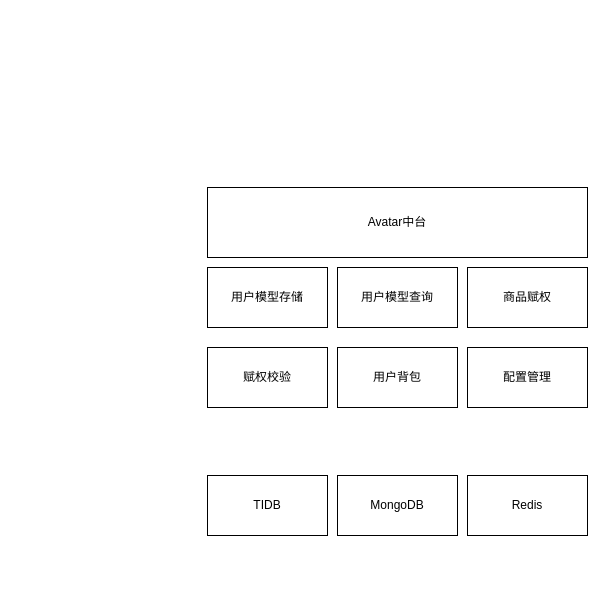
Above: Untitled Diagram.drawio in ysfseu/chart (draw.io), before the change. Source tidied: cells renumbered, new cells numbered last; positions are measured from the earlier drawing's top-left corner, leaving out a move shared by most shapes. Both pictures are drawn from the tidied source at 100%, with x=0, y=0 at pixel (207, 187).
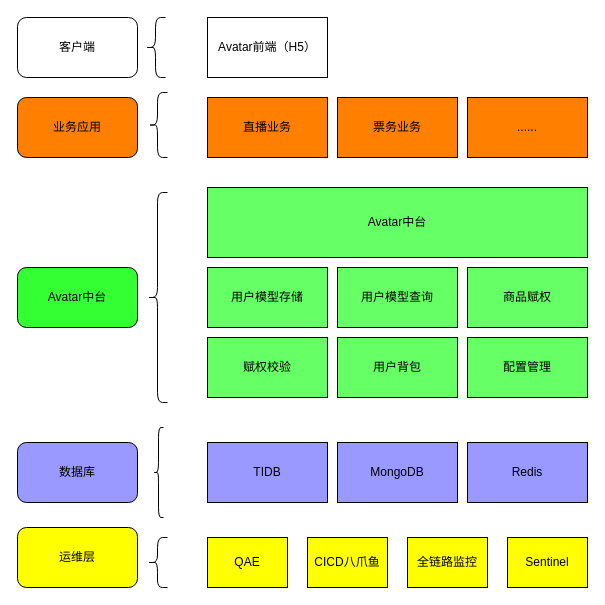
The same diagram, later.

Change to the diagram source:
```diff
@@
-    <mxCell id="2" value="Avatar中台" style="rounded=0;whiteSpace=wrap;html=1;" parent="1" vertex="1">
+    <mxCell id="2" value="Avatar中台" style="rounded=0;whiteSpace=wrap;html=1;fillColor=#66FF66;" parent="1" vertex="1">
       <mxGeometry width="380" height="70" as="geometry" />
     </mxCell>
-    <mxCell id="3" value="用户模型存储" style="rounded=0;whiteSpace=wrap;html=1;" parent="1" vertex="1">
+    <mxCell id="3" value="用户模型存储" style="rounded=0;whiteSpace=wrap;html=1;fillColor=#66FF66;" parent="1" vertex="1">
       <mxGeometry y="80" width="120" height="60" as="geometry" />
     </mxCell>
-    <mxCell id="4" value="用户模型查询" style="rounded=0;whiteSpace=wrap;html=1;" parent="1" vertex="1">
+    <mxCell id="4" value="用户模型查询" style="rounded=0;whiteSpace=wrap;html=1;fillColor=#66FF66;" parent="1" vertex="1">
       <mxGeometry x="130" y="80" width="120" height="60" as="geometry" />
     </mxCell>
-    <mxCell id="5" value="商品赋权" style="rounded=0;whiteSpace=wrap;html=1;" parent="1" vertex="1">
+    <mxCell id="5" value="商品赋权" style="rounded=0;whiteSpace=wrap;html=1;fillColor=#66FF66;" parent="1" vertex="1">
       <mxGeometry x="260" y="80" width="120" height="60" as="geometry" />
     </mxCell>
-    <mxCell id="6" value="配置管理" style="rounded=0;whiteSpace=wrap;html=1;" parent="1" vertex="1">
-      <mxGeometry x="260" y="160" width="120" height="60" as="geometry" />
+    <mxCell id="6" value="配置管理" style="rounded=0;whiteSpace=wrap;html=1;fillColor=#66FF66;" parent="1" vertex="1">
+      <mxGeometry x="260" y="150" width="120" height="60" as="geometry" />
     </mxCell>
-    <mxCell id="7" value="用户背包" style="rounded=0;whiteSpace=wrap;html=1;" parent="1" vertex="1">
-      <mxGeometry x="130" y="160" width="120" height="60" as="geometry" />
+    <mxCell id="7" value="用户背包" style="rounded=0;whiteSpace=wrap;html=1;fillColor=#66FF66;" parent="1" vertex="1">
+      <mxGeometry x="130" y="150" width="120" height="60" as="geometry" />
     </mxCell>
-    <mxCell id="8" value="赋权校验" style="rounded=0;whiteSpace=wrap;html=1;" parent="1" vertex="1">
-      <mxGeometry y="160" width="120" height="60" as="geometry" />
+    <mxCell id="8" value="赋权校验" style="rounded=0;whiteSpace=wrap;html=1;fillColor=#66FF66;" parent="1" vertex="1">
+      <mxGeometry y="150" width="120" height="60" as="geometry" />
     </mxCell>
-    <mxCell id="9" value="TIDB" style="rounded=0;whiteSpace=wrap;html=1;" parent="1" vertex="1">
-      <mxGeometry y="288" width="120" height="60" as="geometry" />
+    <mxCell id="9" value="TIDB" style="rounded=0;whiteSpace=wrap;html=1;fillColor=#9999FF;" parent="1" vertex="1">
+      <mxGeometry y="255" width="120" height="60" as="geometry" />
     </mxCell>
-    <mxCell id="10" value="MongoDB" style="rounded=0;whiteSpace=wrap;html=1;" parent="1" vertex="1">
-      <mxGeometry x="130" y="288" width="120" height="60" as="geometry" />
+    <mxCell id="10" value="MongoDB" style="rounded=0;whiteSpace=wrap;html=1;fillColor=#9999FF;" parent="1" vertex="1">
+      <mxGeometry x="130" y="255" width="120" height="60" as="geometry" />
     </mxCell>
-    <mxCell id="11" value="Redis" style="rounded=0;whiteSpace=wrap;html=1;" parent="1" vertex="1">
-      <mxGeometry x="260" y="288" width="120" height="60" as="geometry" />
+    <mxCell id="11" value="Redis" style="rounded=0;whiteSpace=wrap;html=1;fillColor=#9999FF;" parent="1" vertex="1">
+      <mxGeometry x="260" y="255" width="120" height="60" as="geometry" />
     </mxCell>
+    <mxCell id="12" value="QAE" style="rounded=0;whiteSpace=wrap;html=1;fillColor=#FFFF00;" parent="1" vertex="1">
+      <mxGeometry y="350" width="80" height="50" as="geometry" />
+    </mxCell>
+    <mxCell id="13" value="直播业务" style="rounded=0;whiteSpace=wrap;html=1;fillColor=#FF8000;" parent="1" vertex="1">
+      <mxGeometry y="-90" width="120" height="60" as="geometry" />
+    </mxCell>
+    <mxCell id="14" value="CICD八爪鱼" style="rounded=0;whiteSpace=wrap;html=1;fillColor=#FFFF00;" parent="1" vertex="1">
+      <mxGeometry x="100" y="350" width="80" height="50" as="geometry" />
+    </mxCell>
+    <mxCell id="15" value="全链路监控" style="rounded=0;whiteSpace=wrap;html=1;fillColor=#FFFF00;" parent="1" vertex="1">
+      <mxGeometry x="200" y="350" width="80" height="50" as="geometry" />
+    </mxCell>
+    <mxCell id="16" value="Sentinel" style="rounded=0;whiteSpace=wrap;html=1;fillColor=#FFFF00;" parent="1" vertex="1">
+      <mxGeometry x="300" y="350" width="80" height="50" as="geometry" />
+    </mxCell>
+    <mxCell id="17" value="票务业务" style="rounded=0;whiteSpace=wrap;html=1;fillColor=#FF8000;" parent="1" vertex="1">
+      <mxGeometry x="130" y="-90" width="120" height="60" as="geometry" />
+    </mxCell>
+    <mxCell id="18" value="......" style="rounded=0;whiteSpace=wrap;html=1;fillColor=#FF8000;" parent="1" vertex="1">
+      <mxGeometry x="260" y="-90" width="120" height="60" as="geometry" />
+    </mxCell>
+    <mxCell id="19" value="Avatar前端（H5）" style="rounded=0;whiteSpace=wrap;html=1;" parent="1" vertex="1">
+      <mxGeometry y="-170" width="120" height="60" as="geometry" />
+    </mxCell>
+    <mxCell id="20" style="shape=curlyBracket;whiteSpace=wrap;html=1;rounded=1;fillColor=#FF8000;" parent="1" vertex="1">
+      <mxGeometry x="-60" y="5" width="20" height="210" as="geometry" />
+    </mxCell>
+    <mxCell id="21" style="shape=curlyBracket;whiteSpace=wrap;html=1;rounded=1;fillColor=#FF8000;" parent="1" vertex="1">
+      <mxGeometry x="-54" y="240" width="10" height="90" as="geometry" />
+    </mxCell>
+    <mxCell id="22" value="数据库" style="rounded=1;whiteSpace=wrap;html=1;fillColor=#9999FF;" parent="1" vertex="1">
+      <mxGeometry x="-190" y="255" width="120" height="60" as="geometry" />
+    </mxCell>
+    <mxCell id="23" style="shape=curlyBracket;whiteSpace=wrap;html=1;rounded=1;fillColor=#FF8000;" parent="1" vertex="1">
+      <mxGeometry x="-60" y="350" width="20" height="50" as="geometry" />
+    </mxCell>
+    <mxCell id="24" value="运维层" style="rounded=1;whiteSpace=wrap;html=1;fillColor=#FFFF00;" parent="1" vertex="1">
+      <mxGeometry x="-190" y="340" width="120" height="60" as="geometry" />
+    </mxCell>
+    <mxCell id="25" value="业务应用" style="rounded=1;whiteSpace=wrap;html=1;fillColor=#FF8000;" parent="1" vertex="1">
+      <mxGeometry x="-190" y="-90" width="120" height="60" as="geometry" />
+    </mxCell>
+    <mxCell id="26" value="Avatar中台" style="rounded=1;whiteSpace=wrap;html=1;fillColor=#33FF33;" parent="1" vertex="1">
+      <mxGeometry x="-190" y="80" width="120" height="60" as="geometry" />
+    </mxCell>
+    <mxCell id="27" style="shape=curlyBracket;whiteSpace=wrap;html=1;rounded=1;fillColor=#FF8000;size=0.47368421052631576;" parent="1" vertex="1">
+      <mxGeometry x="-59" y="-95" width="19" height="65" as="geometry" />
+    </mxCell>
+    <mxCell id="28" value="客户端" style="rounded=1;whiteSpace=wrap;html=1;fillColor=#FFFFFF;" parent="1" vertex="1">
+      <mxGeometry x="-190" y="-170" width="120" height="60" as="geometry" />
+    </mxCell>
+    <mxCell id="29" style="shape=curlyBracket;whiteSpace=wrap;html=1;rounded=1;fillColor=#FF8000;" parent="1" vertex="1">
+      <mxGeometry x="-62" y="-170" width="20" height="60" as="geometry" />
+    </mxCell>
```
